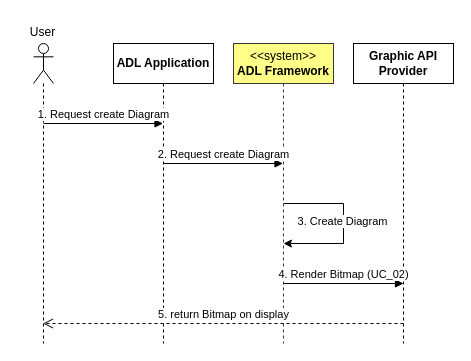
This is img/RenderBitmap.drawio from phunm211/SW-Associate-Architecture, a draw.io file, before an edit. Source tidied: cells renumbered, new cells numbered last; positions are measured from the earlier drawing's top-left corner, leaving out a move shared by most shapes. Both pictures are drawn from the tidied source at 100%, with x=0, y=0 at pixel (17, 17).
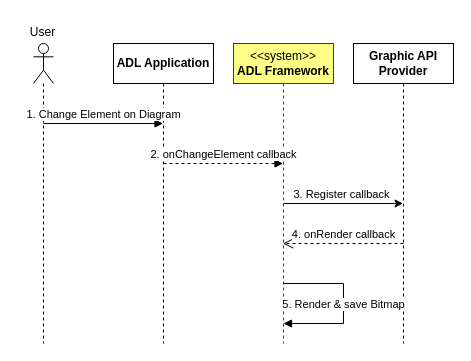
Above is the later version.

The edit, as a diff of the source:
```diff
@@
 <mxGraphModel>
   <root>
     <mxCell id="0" />
     <mxCell id="1" parent="0" />
     <mxCell id="2" style="shape=umlLifeline;perimeter=lifelinePerimeter;whiteSpace=wrap;html=1;newEdgeStyle={&quot;curved&quot;:0,&quot;rounded&quot;:0};participant=umlActor;" parent="1" vertex="1">
       <mxGeometry x="16" y="26" width="20" height="300" as="geometry" />
     </mxCell>
     <mxCell id="3" value="ADL Application" style="shape=umlLifeline;perimeter=lifelinePerimeter;whiteSpace=wrap;html=1;outlineConnect=0;portConstraint=eastwest;newEdgeStyle={&quot;curved&quot;:0,&quot;rounded&quot;:0};fontStyle=1;" parent="1" vertex="1">
       <mxGeometry x="96" y="26" width="100" height="300" as="geometry" />
     </mxCell>
     <mxCell id="4" value="&amp;lt;&amp;lt;system&amp;gt;&amp;gt;&lt;br&gt;&lt;b&gt;ADL Framework&lt;/b&gt;" style="shape=umlLifeline;perimeter=lifelinePerimeter;whiteSpace=wrap;html=1;outlineConnect=0;portConstraint=eastwest;newEdgeStyle={&quot;curved&quot;:0,&quot;rounded&quot;:0};fillColor=#ffff88;strokeColor=#36393d;" parent="1" vertex="1">
       <mxGeometry x="216" y="26" width="100" height="300" as="geometry" />
     </mxCell>
     <mxCell id="5" value="&lt;b&gt;Graphic API Provider&lt;/b&gt;" style="shape=umlLifeline;perimeter=lifelinePerimeter;whiteSpace=wrap;html=1;outlineConnect=0;portConstraint=eastwest;newEdgeStyle={&quot;curved&quot;:0,&quot;rounded&quot;:0};" parent="1" vertex="1">
       <mxGeometry x="336" y="26" width="100" height="300" as="geometry" />
     </mxCell>
     <mxCell id="6" value="User" style="text;html=1;align=center;verticalAlign=middle;strokeColor=none;fillColor=none;" parent="1" vertex="1">
       <mxGeometry width="50" height="30" as="geometry" />
     </mxCell>
-    <mxCell id="7" value="1. Request create Diagram" style="html=1;verticalAlign=bottom;endArrow=block;curved=0;rounded=0;" parent="1" edge="1" target="3">
+    <mxCell id="7" value="1. Change Element on Diagram" style="html=1;verticalAlign=bottom;endArrow=block;curved=0;rounded=0;" parent="1" edge="1" target="3">
       <mxGeometry relative="1" as="geometry">
         <mxPoint x="26" y="106" as="sourcePoint" />
       </mxGeometry>
     </mxCell>
-    <mxCell id="8" value="2. Request create Diagram" style="html=1;verticalAlign=bottom;endArrow=block;curved=0;rounded=0;" parent="1" edge="1" target="4">
+    <mxCell id="8" value="2. onChangeElement callback" style="html=1;verticalAlign=bottom;endArrow=block;curved=0;rounded=0;dashed=1;" parent="1" edge="1" target="4">
       <mxGeometry relative="1" as="geometry">
         <mxPoint x="146" y="146" as="sourcePoint" />
       </mxGeometry>
     </mxCell>
-    <mxCell id="9" value="4. Render Bitmap (UC_02)" style="html=1;verticalAlign=bottom;endArrow=block;curved=0;rounded=0;" parent="1" edge="1">
-      <mxGeometry relative="1" as="geometry">
+    <mxCell id="9" value="5. Render &amp;amp; save Bitmap" style="html=1;verticalAlign=bottom;endArrow=block;rounded=0;edgeStyle=elbowEdgeStyle;" parent="1" edge="1">
+      <mxGeometry x="0.12" relative="1" as="geometry">
         <mxPoint x="266" y="266" as="sourcePoint" />
-        <mxPoint x="386" y="266" as="targetPoint" />
+        <mxPoint x="266" y="306" as="targetPoint" />
+        <Array as="points">
+          <mxPoint x="326" y="286" />
+        </Array>
       </mxGeometry>
     </mxCell>
-    <mxCell id="10" value="5. return Bitmap on display" style="html=1;verticalAlign=bottom;endArrow=open;dashed=1;endSize=8;curved=0;rounded=0;" parent="1" edge="1">
-      <mxGeometry relative="1" as="geometry">
-        <mxPoint x="386" y="306" as="sourcePoint" />
-        <mxPoint x="25.5" y="306" as="targetPoint" />
-      </mxGeometry>
-    </mxCell>
-    <mxCell id="11" style="endArrow=classic;html=1;rounded=0;edgeStyle=elbowEdgeStyle;" parent="1" edge="1">
+    <mxCell id="11" style="endArrow=classic;html=1;rounded=0;" parent="1" edge="1" target="5">
       <mxGeometry relative="1" as="geometry">
         <mxPoint x="266" y="186" as="sourcePoint" />
-        <mxPoint x="266" y="226" as="targetPoint" />
-        <Array as="points">
-          <mxPoint x="326" y="226" />
-        </Array>
       </mxGeometry>
     </mxCell>
-    <mxCell id="12" value="3. Create Diagram" style="edgeLabel;html=1;align=center;verticalAlign=middle;" parent="11" vertex="1">
-      <mxGeometry x="-0.04" y="-2" relative="1" as="geometry" />
+    <mxCell id="12" value="3. Register callback" style="edgeLabel;html=1;align=center;verticalAlign=middle;" parent="11" vertex="1">
+      <mxGeometry x="-0.04" y="-2" relative="1" as="geometry">
+        <mxPoint y="-12" as="offset" />
+      </mxGeometry>
     </mxCell>
+    <mxCell id="13" value="4. onRender callback" style="html=1;verticalAlign=bottom;endArrow=open;dashed=1;endSize=8;curved=0;rounded=0;" parent="1" edge="1" target="4">
+      <mxGeometry relative="1" as="geometry">
+        <mxPoint x="386" y="226" as="sourcePoint" />
+      </mxGeometry>
+    </mxCell>
   </root>
 </mxGraphModel>
```
